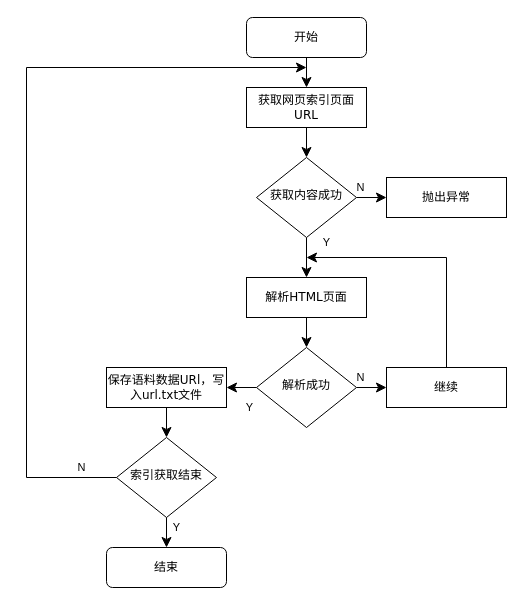
This is page "第 2 页" (2 of 5) of 系统流程图.drawio from Mo-DuQian/rhetoric-poem-data, a draw.io file, before an edit. Source tidied: cells renumbered, new cells numbered last; positions are measured from the earlier drawing's top-left corner, leaving out a move shared by most shapes. Both pictures are drawn from the tidied source at 100%, with x=0, y=0 at pixel (26, 17).
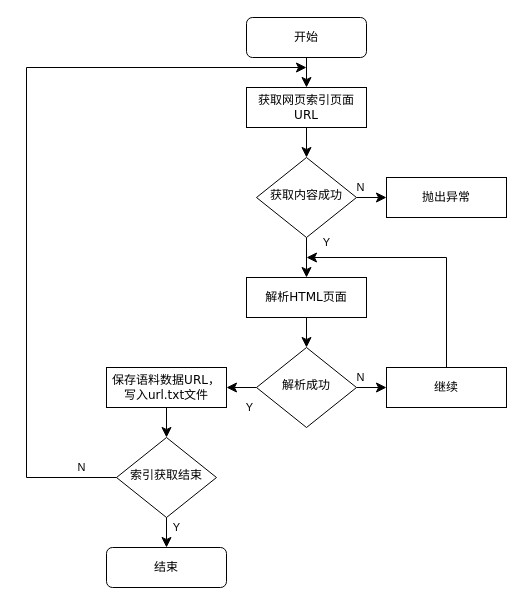
Above is the later version.

Diff of the diagram source:
```diff
@@
-    <mxCell id="12" value="&lt;font face=&quot;Verdana&quot;&gt;保存语料数据URl，写入url.txt文件&lt;/font&gt;" style="rounded=0;whiteSpace=wrap;html=1;" parent="1" vertex="1">
+    <mxCell id="12" value="&lt;font face=&quot;Verdana&quot;&gt;保存语料数据URL，写入url.txt文件&lt;/font&gt;" style="rounded=0;whiteSpace=wrap;html=1;" parent="1" vertex="1">
       <mxGeometry x="80" y="350" width="120" height="40" as="geometry" />
     </mxCell>
```
